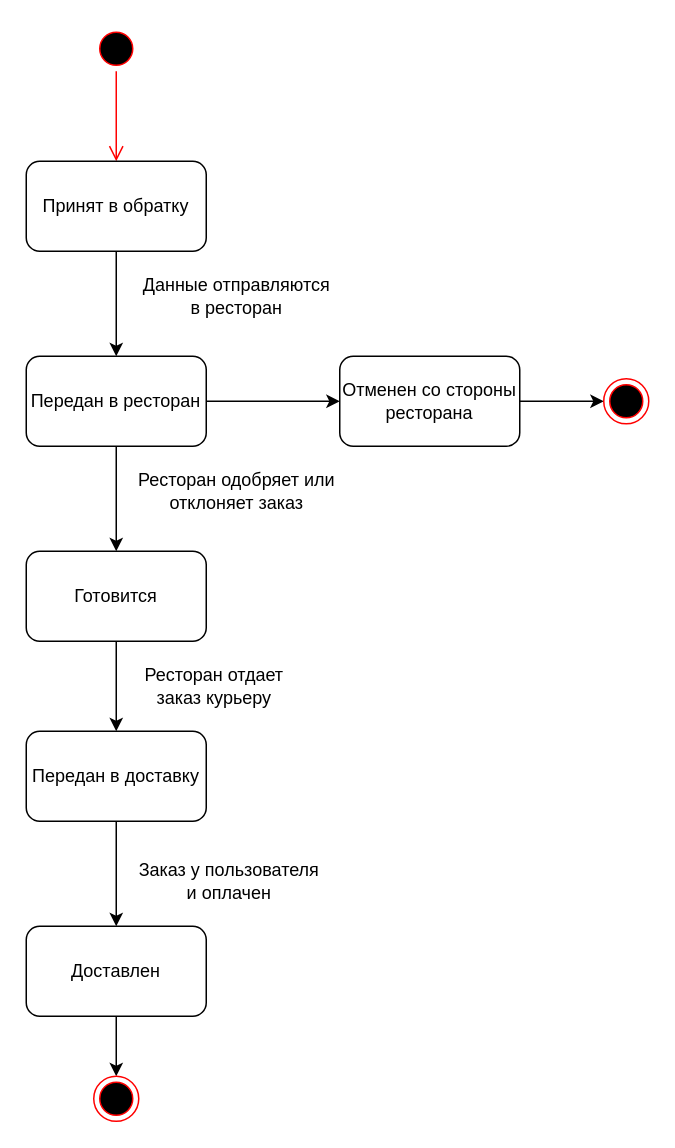
Earlier version of the draw.io diagram Диаграмма состояний заказа.drawio (Corochco/TZ3). Source tidied: cells renumbered, new cells numbered last; positions are measured from the earlier drawing's top-left corner, leaving out a move shared by most shapes. Both pictures are drawn from the tidied source at 150%, with x=0, y=0 at pixel (26, 26).
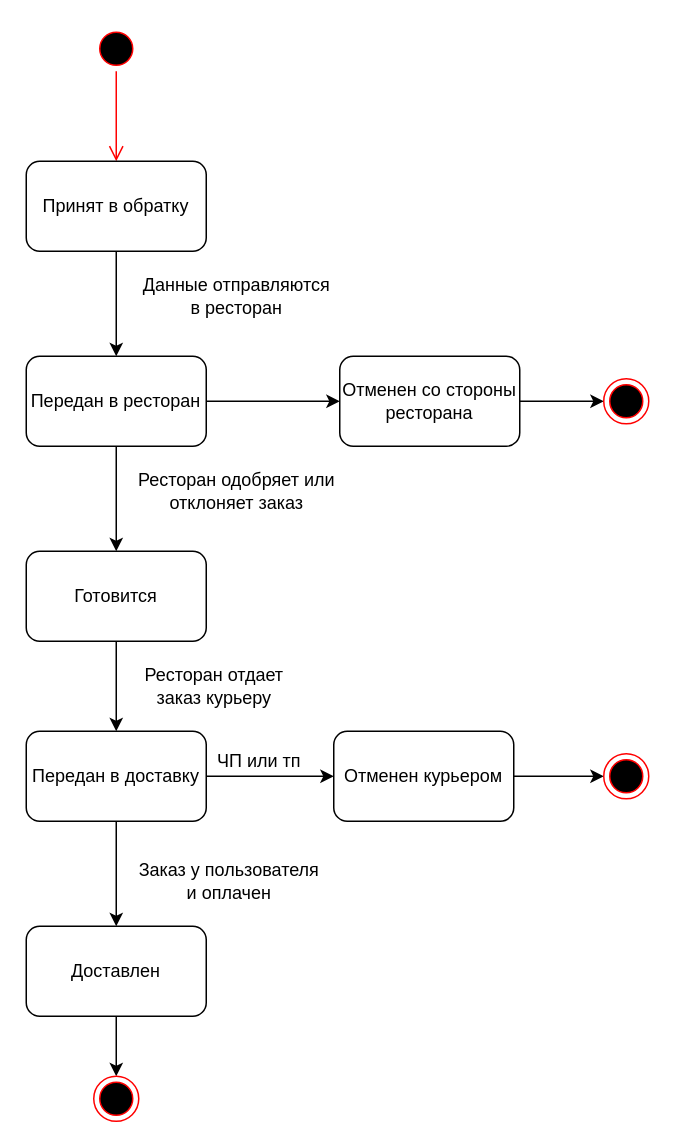
The same diagram, later.

The change refers to these unchanged cells:
```xml
<mxCell id="16" value="Передан в доставку" style="rounded=1;whiteSpace=wrap;html=1;" parent="1" vertex="1">
  <mxGeometry y="470" width="120" height="60" as="geometry" />
</mxCell>
```

Diff of the diagram source:
```diff
@@
+    <mxCell id="23" style="edgeStyle=orthogonalEdgeStyle;rounded=0;jettySize=auto;html=1;exitX=1;exitY=0.5;exitDx=0;exitDy=0;" parent="1" edge="1" source="16" target="25">
+      <mxGeometry relative="1" as="geometry" />
+    </mxCell>
@@
+    <mxCell id="24" style="edgeStyle=orthogonalEdgeStyle;rounded=0;jettySize=auto;html=1;exitX=1;exitY=0.5;exitDx=0;exitDy=0;entryX=0;entryY=0.5;entryDx=0;entryDy=0;" parent="1" edge="1" source="25" target="26">
+      <mxGeometry relative="1" as="geometry" />
+    </mxCell>
+    <mxCell id="25" value="Отменен курьером" style="rounded=1;whiteSpace=wrap;html=1;" parent="1" vertex="1">
+      <mxGeometry x="205" y="470" width="120" height="60" as="geometry" />
+    </mxCell>
+    <mxCell id="26" style="ellipse;html=1;shape=endState;fillColor=#000000;strokeColor=#ff0000;" parent="1" vertex="1">
+      <mxGeometry x="385" y="485" width="30" height="30" as="geometry" />
+    </mxCell>
+    <mxCell id="27" value="ЧП или тп" style="text;html=1;align=center;verticalAlign=middle;strokeColor=none;fillColor=none;" parent="1" vertex="1">
+      <mxGeometry x="115" y="475" width="80" height="30" as="geometry" />
+    </mxCell>
```
